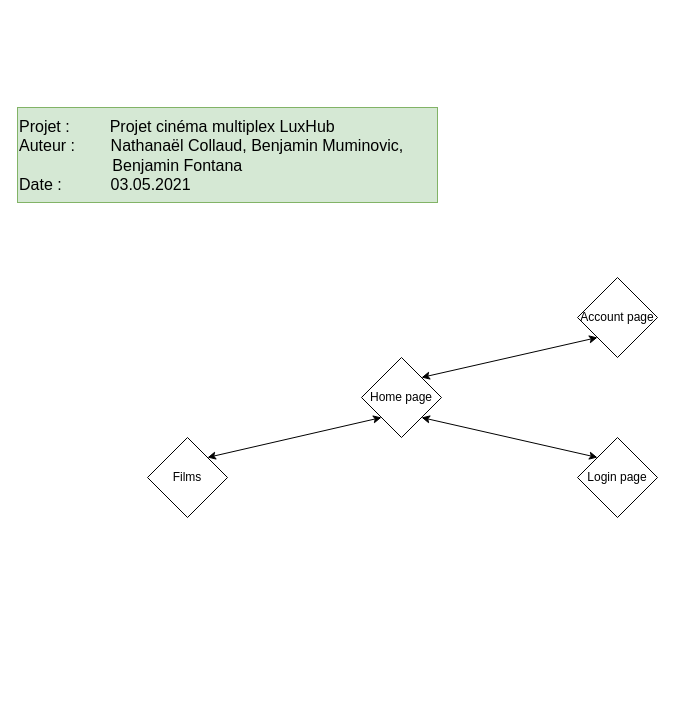
Earlier version of the draw.io diagram doc/Schéma de navigation/schéma de navigation.drawio (benjaminMum/LuxHub). Source tidied: cells renumbered, new cells numbered last; positions are measured from the earlier drawing's top-left corner, leaving out a move shared by most shapes. Both pictures are drawn from the tidied source at 100%, with x=0, y=0 at pixel (17, 107).
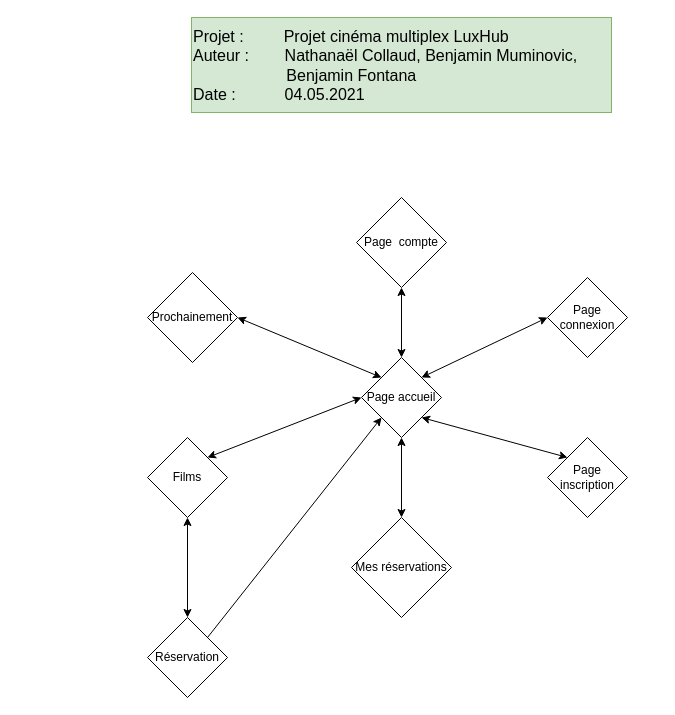
The same diagram, later.

Change to the diagram source:
```diff
@@
 <mxGraphModel>
   <root>
     <mxCell id="0" />
     <mxCell id="1" parent="0" />
-    <mxCell id="2" value="Home page" style="rhombus;whiteSpace=wrap;html=1;" parent="1" vertex="1">
+    <mxCell id="2" value="Page accueil" style="rhombus;whiteSpace=wrap;html=1;" parent="1" vertex="1">
       <mxGeometry x="344" y="250" width="80" height="80" as="geometry" />
     </mxCell>
-    <mxCell id="3" value="Login page" style="rhombus;whiteSpace=wrap;html=1;" parent="1" vertex="1">
-      <mxGeometry x="560" y="330" width="80" height="80" as="geometry" />
+    <mxCell id="3" value="Page connexion" style="rhombus;whiteSpace=wrap;html=1;" parent="1" vertex="1">
+      <mxGeometry x="530" y="170" width="80" height="80" as="geometry" />
     </mxCell>
     <mxCell id="4" value="Films" style="rhombus;whiteSpace=wrap;html=1;" parent="1" vertex="1">
       <mxGeometry x="130" y="330" width="80" height="80" as="geometry" />
     </mxCell>
-    <mxCell id="5" value="Account page" style="rhombus;whiteSpace=wrap;html=1;" parent="1" vertex="1">
-      <mxGeometry x="560" y="170" width="80" height="80" as="geometry" />
+    <mxCell id="5" value="Page&amp;nbsp; compte" style="rhombus;whiteSpace=wrap;html=1;" parent="1" vertex="1">
+      <mxGeometry x="339" y="90" width="90" height="90" as="geometry" />
     </mxCell>
-    <mxCell id="6" style="endArrow=classic;startArrow=classic;html=1;entryX=0;entryY=1;entryDx=0;entryDy=0;exitX=1;exitY=0;exitDx=0;exitDy=0;" parent="1" edge="1" source="4" target="2">
+    <mxCell id="6" style="endArrow=classic;startArrow=classic;html=1;entryX=0;entryY=0.5;entryDx=0;entryDy=0;exitX=1;exitY=0;exitDx=0;exitDy=0;" parent="1" edge="1" source="4" target="2">
       <mxGeometry relative="1" as="geometry" />
     </mxCell>
-    <mxCell id="7" style="endArrow=classic;startArrow=classic;html=1;exitX=0;exitY=0;exitDx=0;exitDy=0;entryX=1;entryY=1;entryDx=0;entryDy=0;" parent="1" edge="1" source="3" target="2">
+    <mxCell id="7" style="endArrow=classic;startArrow=classic;html=1;exitX=0;exitY=0.5;exitDx=0;exitDy=0;entryX=1;entryY=0;entryDx=0;entryDy=0;" parent="1" edge="1" source="3" target="2">
       <mxGeometry relative="1" as="geometry" />
     </mxCell>
-    <mxCell id="8" style="endArrow=classic;startArrow=classic;html=1;entryX=0;entryY=1;entryDx=0;entryDy=0;exitX=1;exitY=0;exitDx=0;exitDy=0;" parent="1" edge="1" source="2" target="5">
+    <mxCell id="8" style="endArrow=classic;startArrow=classic;html=1;entryX=0.5;entryY=1;entryDx=0;entryDy=0;exitX=0.5;exitY=0;exitDx=0;exitDy=0;" parent="1" edge="1" source="2" target="5">
       <mxGeometry relative="1" as="geometry" />
     </mxCell>
-    <mxCell id="9" value="Projet :&amp;nbsp; &amp;nbsp; &amp;nbsp; &amp;nbsp; &amp;nbsp;Projet cinéma multiplex LuxHub&lt;br&gt;&lt;span style=&quot;text-align: center&quot;&gt;Auteur :&amp;nbsp; &amp;nbsp; &amp;nbsp; &amp;nbsp; Nathanaël Collaud, Benjamin Muminovic,&amp;nbsp; &amp;nbsp; &amp;nbsp; &amp;nbsp; &amp;nbsp; &amp;nbsp; &amp;nbsp; &amp;nbsp; &amp;nbsp; &amp;nbsp; &amp;nbsp; &amp;nbsp; &amp;nbsp; &amp;nbsp; &amp;nbsp;Benjamin Fontana&lt;/span&gt;&lt;br&gt;&lt;div&gt;Date :&amp;nbsp; &amp;nbsp; &amp;nbsp; &amp;nbsp; &amp;nbsp; &amp;nbsp;03.05.2021&lt;/div&gt;" style="rounded=0;whiteSpace=wrap;html=1;labelBackgroundColor=none;strokeColor=#82b366;fontSize=16;align=left;fillColor=#d5e8d4;" parent="1" vertex="1">
-      <mxGeometry width="420" height="95" as="geometry" />
-    </mxCell>
+    <mxCell id="10" value="Réservation" style="rhombus;whiteSpace=wrap;html=1;" parent="1" vertex="1">
+      <mxGeometry x="130" y="510" width="80" height="80" as="geometry" />
+    </mxCell>
+    <mxCell id="11" value="&lt;font style=&quot;font-size: 12px&quot;&gt;Prochainement&lt;/font&gt;" style="rhombus;whiteSpace=wrap;html=1;" parent="1" vertex="1">
+      <mxGeometry x="130" y="165" width="90" height="90" as="geometry" />
+    </mxCell>
+    <mxCell id="12" style="endArrow=classic;startArrow=classic;html=1;entryX=1;entryY=0.5;entryDx=0;entryDy=0;exitX=0;exitY=0;exitDx=0;exitDy=0;" parent="1" edge="1" source="2" target="11">
+      <mxGeometry relative="1" as="geometry" />
+    </mxCell>
+    <mxCell id="13" style="endArrow=classic;startArrow=classic;html=1;entryX=0.5;entryY=1;entryDx=0;entryDy=0;exitX=0.5;exitY=0;exitDx=0;exitDy=0;" parent="1" edge="1" source="10" target="4">
+      <mxGeometry relative="1" as="geometry" />
+    </mxCell>
+    <mxCell id="14" style="endArrow=classic;html=1;entryX=0;entryY=1;entryDx=0;entryDy=0;exitX=1;exitY=0;exitDx=0;exitDy=0;" parent="1" edge="1" source="10" target="2">
+      <mxGeometry relative="1" as="geometry" />
+    </mxCell>
+    <mxCell id="15" value="Page inscription" style="rhombus;whiteSpace=wrap;html=1;" parent="1" vertex="1">
+      <mxGeometry x="530" y="330" width="80" height="80" as="geometry" />
+    </mxCell>
+    <mxCell id="16" value="Mes réservations" style="rhombus;whiteSpace=wrap;html=1;" parent="1" vertex="1">
+      <mxGeometry x="334" y="410" width="100" height="100" as="geometry" />
+    </mxCell>
+    <mxCell id="17" style="endArrow=classic;startArrow=classic;html=1;entryX=0;entryY=0;entryDx=0;entryDy=0;exitX=1;exitY=1;exitDx=0;exitDy=0;" parent="1" edge="1" source="2" target="15">
+      <mxGeometry relative="1" as="geometry" />
+    </mxCell>
+    <mxCell id="18" style="endArrow=classic;startArrow=classic;html=1;entryX=0.5;entryY=1;entryDx=0;entryDy=0;exitX=0.5;exitY=0;exitDx=0;exitDy=0;" parent="1" edge="1" source="16" target="2">
+      <mxGeometry relative="1" as="geometry" />
+    </mxCell>
+    <mxCell id="19" value="Projet :&amp;nbsp; &amp;nbsp; &amp;nbsp; &amp;nbsp; &amp;nbsp;Projet cinéma multiplex LuxHub&lt;br&gt;&lt;span style=&quot;text-align: center&quot;&gt;Auteur :&amp;nbsp; &amp;nbsp; &amp;nbsp; &amp;nbsp; Nathanaël Collaud, Benjamin Muminovic,&amp;nbsp; &amp;nbsp; &amp;nbsp; &amp;nbsp; &amp;nbsp; &amp;nbsp; &amp;nbsp; &amp;nbsp; &amp;nbsp; &amp;nbsp; &amp;nbsp; &amp;nbsp; &amp;nbsp; &amp;nbsp; &amp;nbsp;Benjamin Fontana&lt;/span&gt;&lt;br&gt;&lt;div&gt;Date :&amp;nbsp; &amp;nbsp; &amp;nbsp; &amp;nbsp; &amp;nbsp; &amp;nbsp;04.05.2021&lt;/div&gt;" style="rounded=0;whiteSpace=wrap;html=1;labelBackgroundColor=none;strokeColor=#82b366;fontSize=16;align=left;fillColor=#d5e8d4;" parent="1" vertex="1">
+      <mxGeometry x="174" y="-90" width="420" height="95" as="geometry" />
+    </mxCell>
   </root>
 </mxGraphModel>
```
